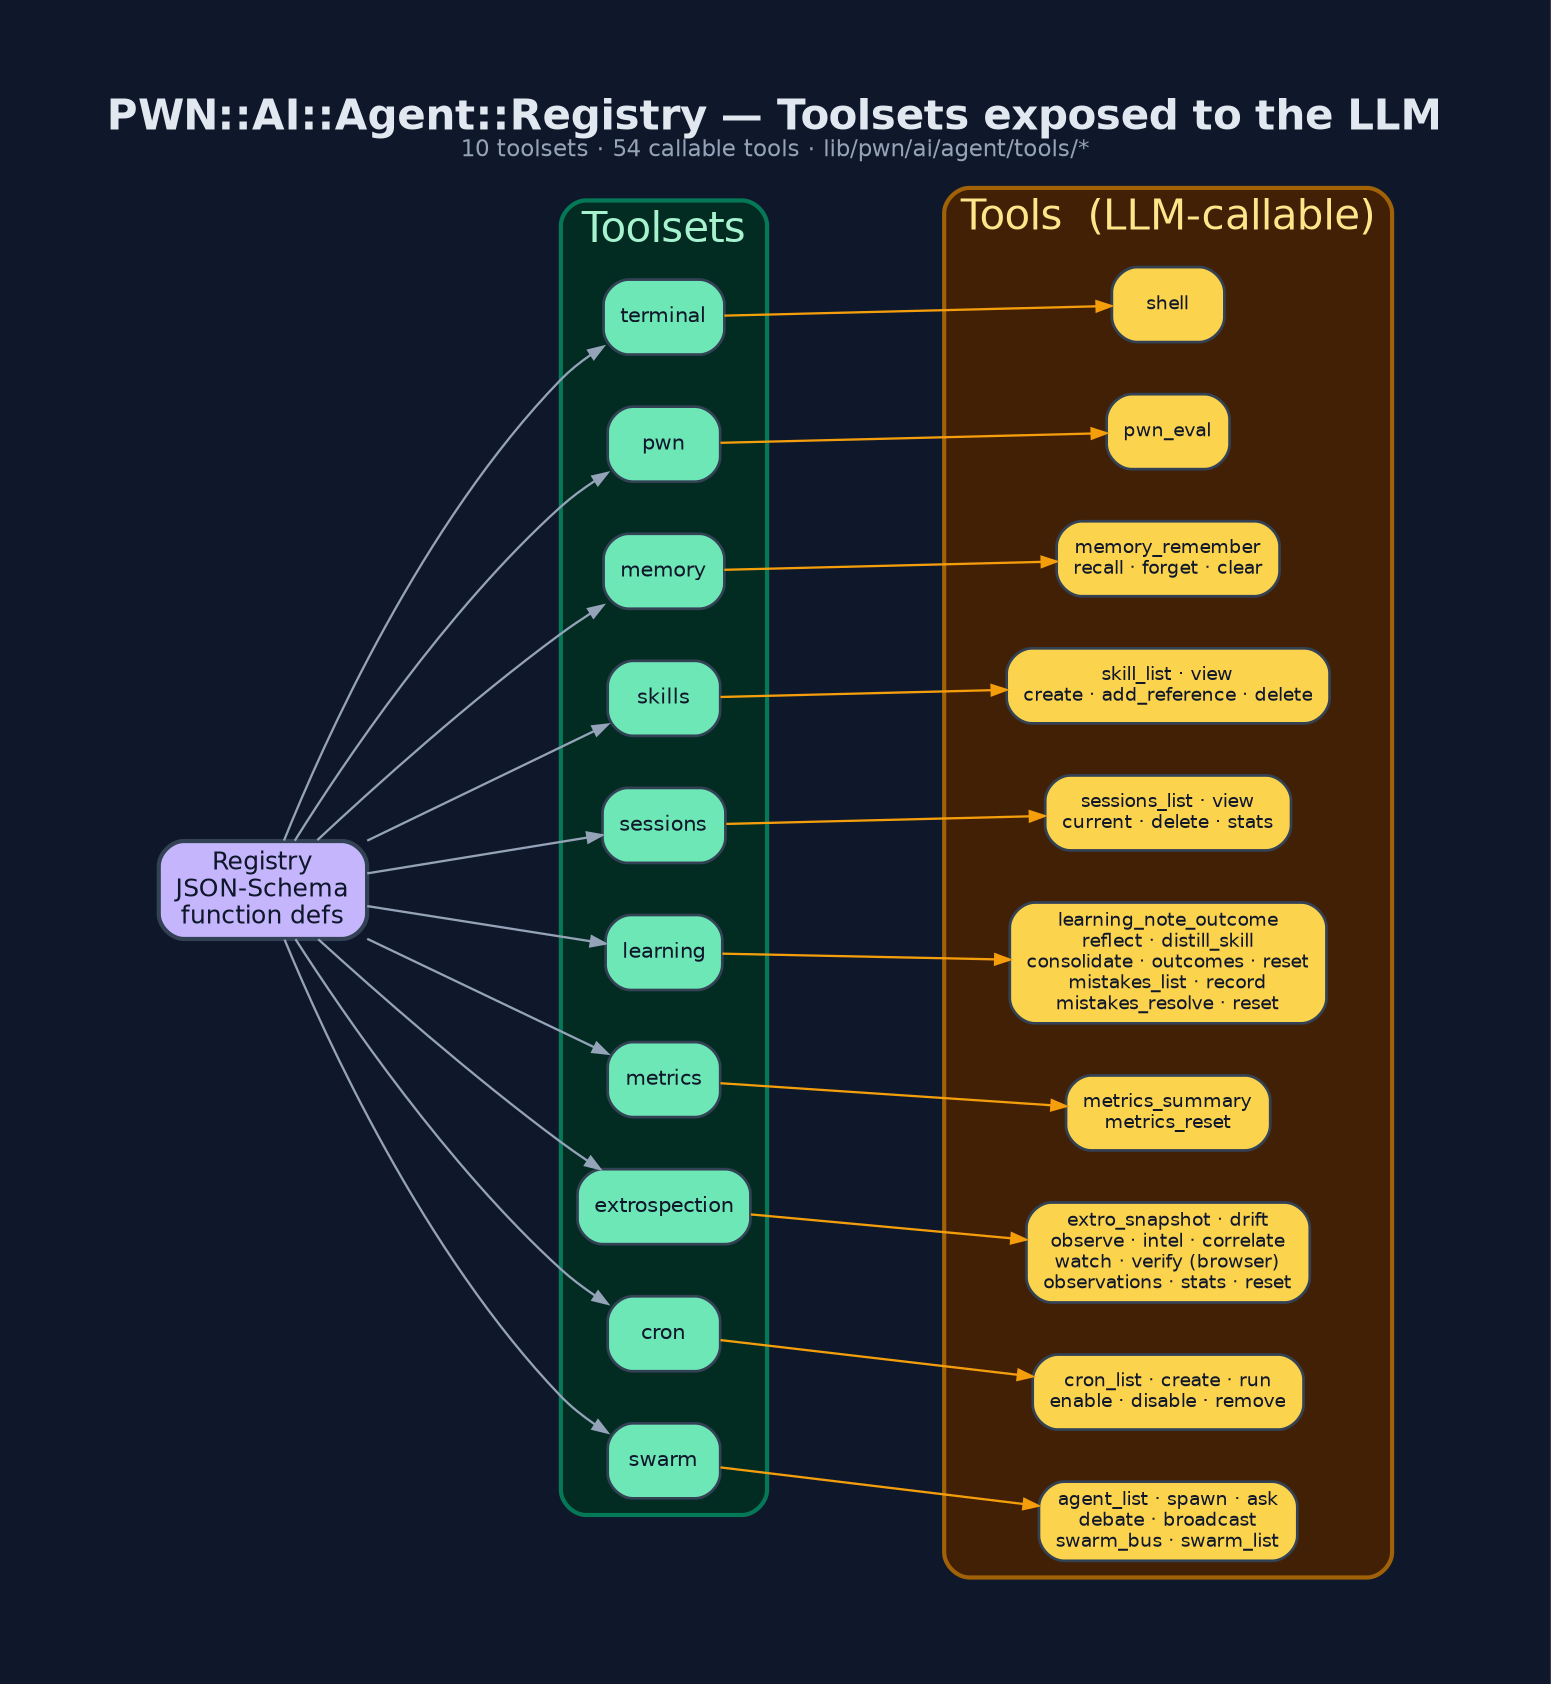
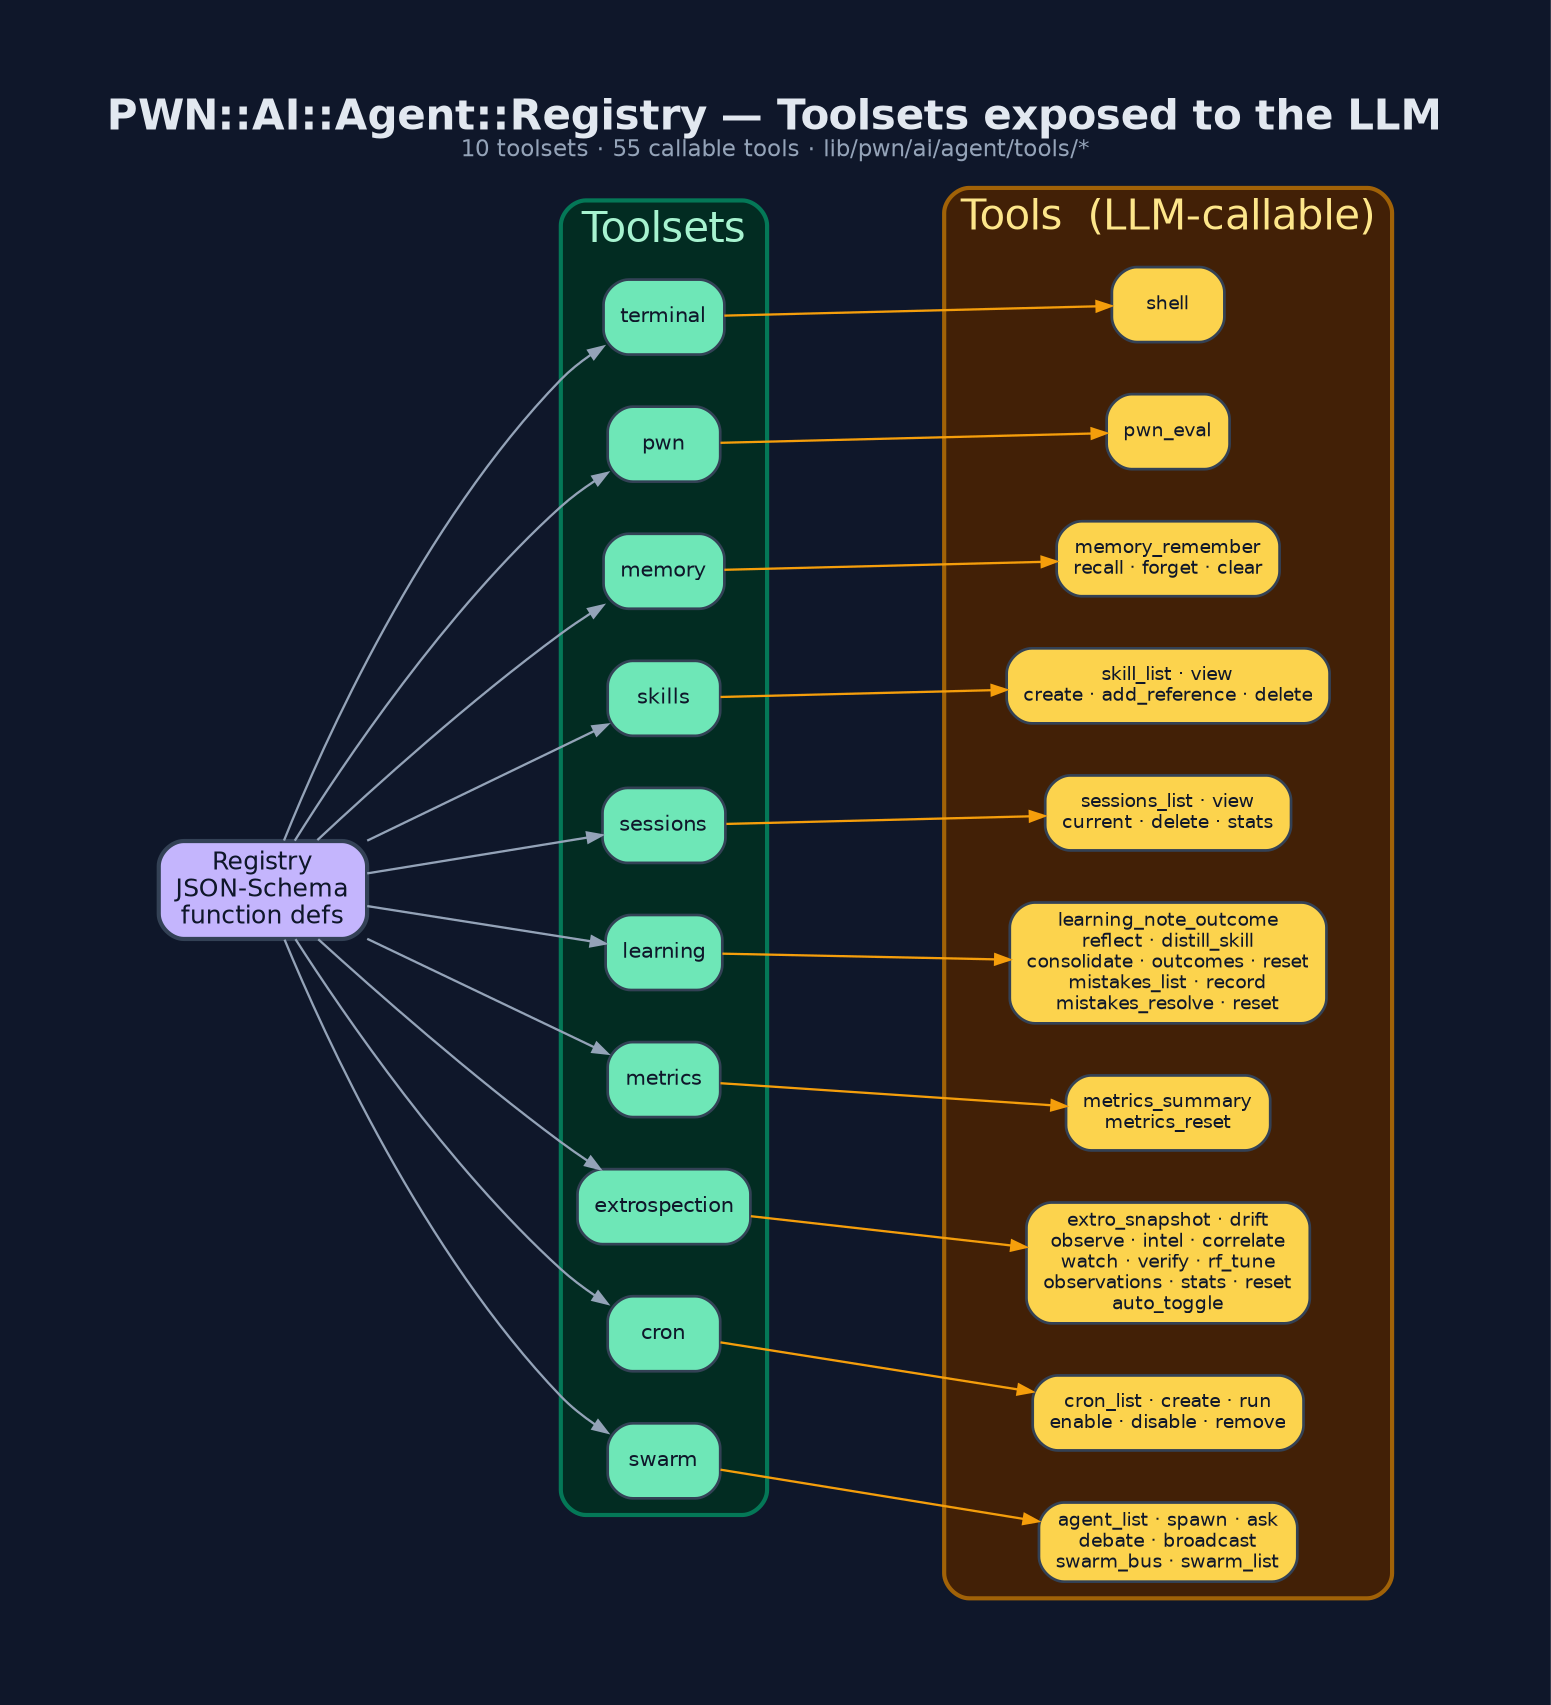
digraph "PWN_Agent_Tool_Registry" {
  graph [
-     label=<<B>PWN::AI::Agent::Registry — Toolsets exposed to the LLM</B><BR/><FONT POINT-SIZE="11" COLOR="#94a3b8">10 toolsets · 54 callable tools · lib/pwn/ai/agent/tools/*</FONT>>,
+     label=<<B>PWN::AI::Agent::Registry — Toolsets exposed to the LLM</B><BR/><FONT POINT-SIZE="11" COLOR="#94a3b8">10 toolsets · 55 callable tools · lib/pwn/ai/agent/tools/*</FONT>>,
    labelloc=t, fontsize=20, fontname="Helvetica",
    rankdir=LR, splines=spline, nodesep=0.35, ranksep=1.4,
    bgcolor="#0f172a", fontcolor="#e2e8f0", pad=0.6, newrank=true
  ];
  node [fontname="Helvetica", fontsize=10, style="filled,rounded",
        shape=box, penwidth=1.3, color="#334155", fontcolor="#0f172a"];
  edge [color="#94a3b8", penwidth=1.1, arrowsize=0.7];

  Registry [label="Registry\nJSON-Schema\nfunction defs", fillcolor="#c4b5fd", fontsize=12, penwidth=2];

  subgraph cluster_ts {
    label="Toolsets"; fontcolor="#a7f3d0"; style=rounded;
    color="#047857"; bgcolor="#022c22"; penwidth=2;
    terminal [label="terminal", fillcolor="#6ee7b7"];
    pwn      [label="pwn",      fillcolor="#6ee7b7"];
    memory   [label="memory",   fillcolor="#6ee7b7"];
    skills   [label="skills",   fillcolor="#6ee7b7"];
    sessions [label="sessions", fillcolor="#6ee7b7"];
    learning [label="learning", fillcolor="#6ee7b7"];
    metrics  [label="metrics",  fillcolor="#6ee7b7"];
    extro    [label="extrospection", fillcolor="#6ee7b7"];
    cron     [label="cron",     fillcolor="#6ee7b7"];
    swarm    [label="swarm",    fillcolor="#6ee7b7"];
  }

  subgraph cluster_tools {
    label="Tools  (LLM-callable)"; fontcolor="#fde68a"; style=rounded;
    color="#a16207"; bgcolor="#422006"; penwidth=2;
    node [fillcolor="#fcd34d", fontsize=9];
    t_shell   [label="shell"];
    t_eval    [label="pwn_eval"];
    t_mem     [label="memory_remember\nrecall · forget · clear"];
    t_skill   [label="skill_list · view\ncreate · add_reference · delete"];
    t_sess    [label="sessions_list · view\ncurrent · delete · stats"];
    t_learn   [label="learning_note_outcome\nreflect · distill_skill\nconsolidate · outcomes · reset\nmistakes_list · record\nmistakes_resolve · reset"];
    t_metric  [label="metrics_summary\nmetrics_reset"];
-     t_extro   [label="extro_snapshot · drift\nobserve · intel · correlate\nwatch · verify (browser)\nobservations · stats · reset"];
+     t_extro   [label="extro_snapshot · drift\nobserve · intel · correlate\nwatch · verify · rf_tune\nobservations · stats · reset\nauto_toggle"];
    t_cron    [label="cron_list · create · run\nenable · disable · remove"];
    t_swarm   [label="agent_list · spawn · ask\ndebate · broadcast\nswarm_bus · swarm_list"];
  }

  Registry -> terminal; Registry -> pwn; Registry -> memory;
  Registry -> skills; Registry -> sessions; Registry -> learning;
  Registry -> metrics; Registry -> extro; Registry -> cron; Registry -> swarm;

  terminal -> t_shell  [color="#f59e0b"];
  pwn      -> t_eval   [color="#f59e0b"];
  memory   -> t_mem    [color="#f59e0b"];
  skills   -> t_skill  [color="#f59e0b"];
  sessions -> t_sess   [color="#f59e0b"];
  learning -> t_learn  [color="#f59e0b"];
  metrics  -> t_metric [color="#f59e0b"];
  extro    -> t_extro  [color="#f59e0b"];
  cron     -> t_cron   [color="#f59e0b"];
  swarm    -> t_swarm  [color="#f59e0b"];
}
